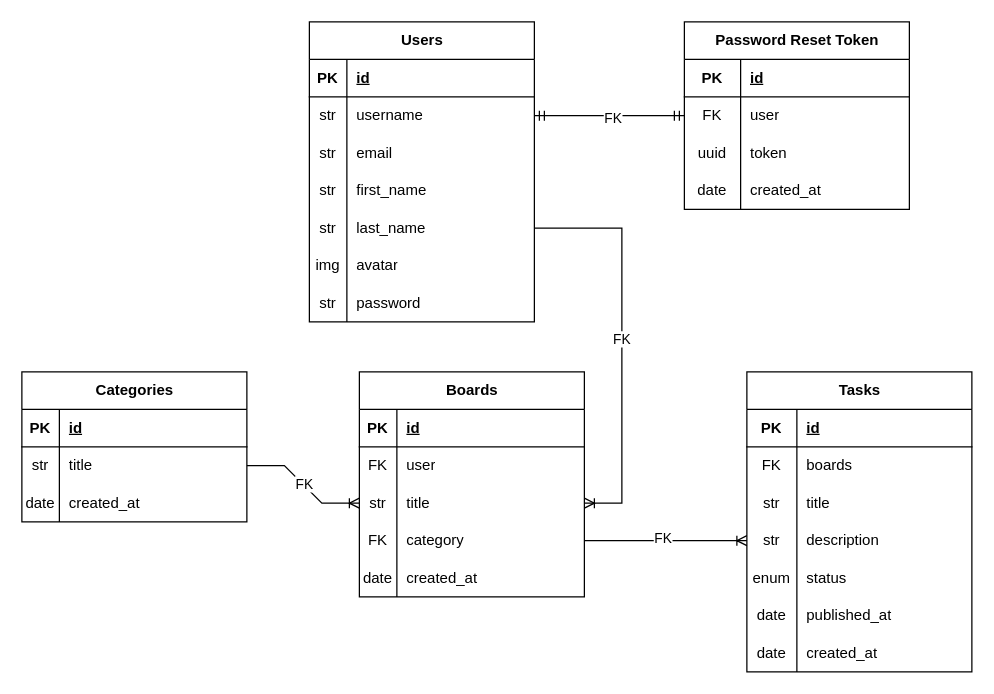
The draw.io diagram Database_Design.drawio in Esmat434/Task_Management, before the edit. Source tidied: cells renumbered, new cells numbered last; positions are measured from the earlier drawing's top-left corner, leaving out a move shared by most shapes. Both pictures are drawn from the tidied source at 125%, with x=0, y=0 at pixel (21, 21).
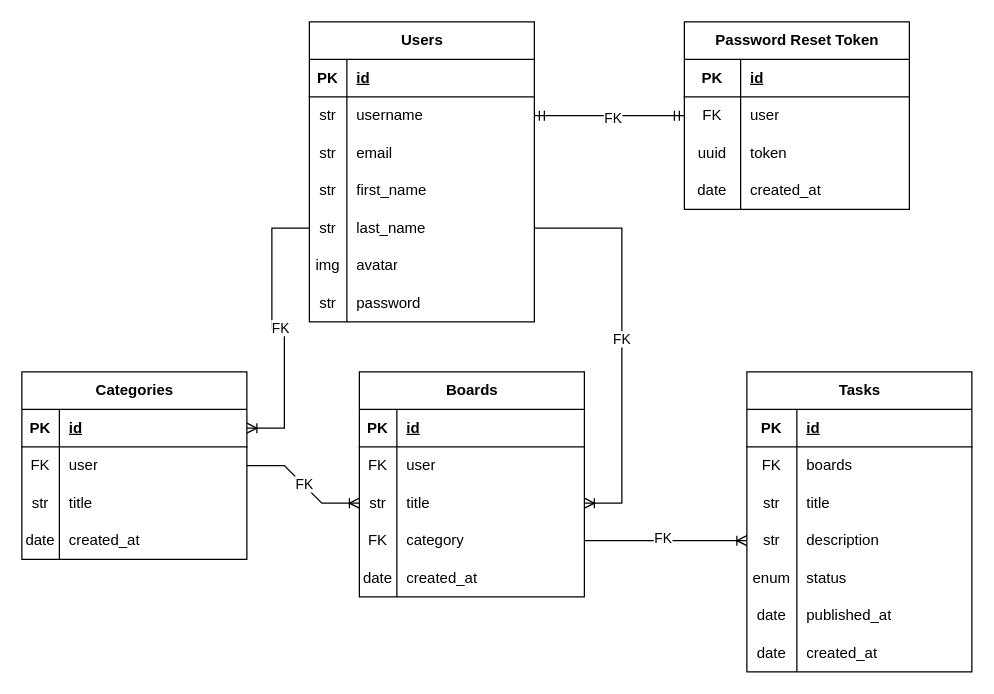
The same page after the edit.

Commit message:
fix Datebase Design

Unchanged cells that the change refers to:
```xml
<mxCell id="15" style="shape=tableRow;horizontal=0;startSize=0;swimlaneHead=0;swimlaneBody=0;fillColor=none;points=[[0,0.5],[1,0.5]];portConstraint=eastwest;top=0;left=0;right=0;bottom=0;" parent="2" vertex="1">
  <mxGeometry y="150" width="180" height="30" as="geometry" />
</mxCell>
<mxCell id="40" style="shape=tableRow;horizontal=0;startSize=0;swimlaneHead=0;swimlaneBody=0;fillColor=none;points=[[0,0.5],[1,0.5]];portConstraint=eastwest;top=0;left=0;right=0;bottom=1;" parent="39" vertex="1">
  <mxGeometry y="30" width="180" height="30" as="geometry" />
</mxCell>
<mxCell id="43" style="shape=tableRow;horizontal=0;startSize=0;swimlaneHead=0;swimlaneBody=0;fillColor=none;points=[[0,0.5],[1,0.5]];portConstraint=eastwest;top=0;left=0;right=0;bottom=0;" parent="39" vertex="1">
  <mxGeometry y="60" width="180" height="30" as="geometry" />
</mxCell>
```

What changed in the source:
```diff
@@
     <mxCell id="39" value="Categories" style="shape=table;startSize=30;childLayout=tableLayout;rowLines=0;fontStyle=1;align=center;html=1;" parent="1" vertex="1">
-      <mxGeometry y="280" width="180" height="120" as="geometry" />
+      <mxGeometry y="280" width="180" height="150" as="geometry" />
     </mxCell>
@@
-    <mxCell id="44" value="str" style="shape=partialRectangle;fillColor=none;top=0;left=0;bottom=0;right=0;overflow=hidden;whiteSpace=wrap;html=1;" parent="43" vertex="1">
+    <mxCell id="44" value="FK" style="shape=partialRectangle;fillColor=none;top=0;left=0;bottom=0;right=0;overflow=hidden;whiteSpace=wrap;html=1;" parent="43" vertex="1">
       <mxGeometry width="30" height="30" as="geometry" />
     </mxCell>
-    <mxCell id="45" value="title" style="shape=partialRectangle;fillColor=none;top=0;left=0;bottom=0;right=0;align=left;spacingLeft=6;overflow=hidden;whiteSpace=wrap;html=1;" parent="43" vertex="1">
+    <mxCell id="45" value="user" style="shape=partialRectangle;fillColor=none;top=0;left=0;bottom=0;right=0;align=left;spacingLeft=6;overflow=hidden;whiteSpace=wrap;html=1;" parent="43" vertex="1">
       <mxGeometry x="30" width="150" height="30" as="geometry" />
     </mxCell>
+    <mxCell id="93" style="shape=tableRow;horizontal=0;startSize=0;swimlaneHead=0;swimlaneBody=0;fillColor=none;top=0;left=0;right=0;bottom=0;" parent="39" vertex="1">
+      <mxGeometry y="90" width="180" height="30" as="geometry" />
+    </mxCell>
+    <mxCell id="94" value="str" style="shape=partialRectangle;fillColor=none;top=0;left=0;bottom=0;right=0;overflow=hidden;whiteSpace=wrap;html=1;" parent="93" vertex="1">
+      <mxGeometry width="30" height="30" as="geometry" />
+    </mxCell>
+    <mxCell id="95" value="title" style="shape=partialRectangle;fillColor=none;top=0;left=0;bottom=0;right=0;align=left;spacingLeft=6;overflow=hidden;whiteSpace=wrap;html=1;" parent="93" vertex="1">
+      <mxGeometry x="30" width="150" height="30" as="geometry" />
+    </mxCell>
     <mxCell id="46" style="shape=tableRow;horizontal=0;startSize=0;swimlaneHead=0;swimlaneBody=0;fillColor=none;top=0;left=0;right=0;bottom=0;" parent="39" vertex="1">
-      <mxGeometry y="90" width="180" height="30" as="geometry" />
+      <mxGeometry y="120" width="180" height="30" as="geometry" />
     </mxCell>
@@
+    <mxCell id="96" style="edgeStyle=entityRelationEdgeStyle;fontSize=12;html=1;endArrow=ERoneToMany;rounded=0;exitX=0;exitY=0.5;exitDx=0;exitDy=0;" parent="1" edge="1" source="15" target="40">
+      <mxGeometry relative="1" as="geometry" />
+    </mxCell>
+    <mxCell id="97" value="FK" style="edgeLabel;html=1;align=center;verticalAlign=middle;" parent="96" vertex="1">
+      <mxGeometry x="0.01" y="1" relative="1" as="geometry" />
+    </mxCell>
```
